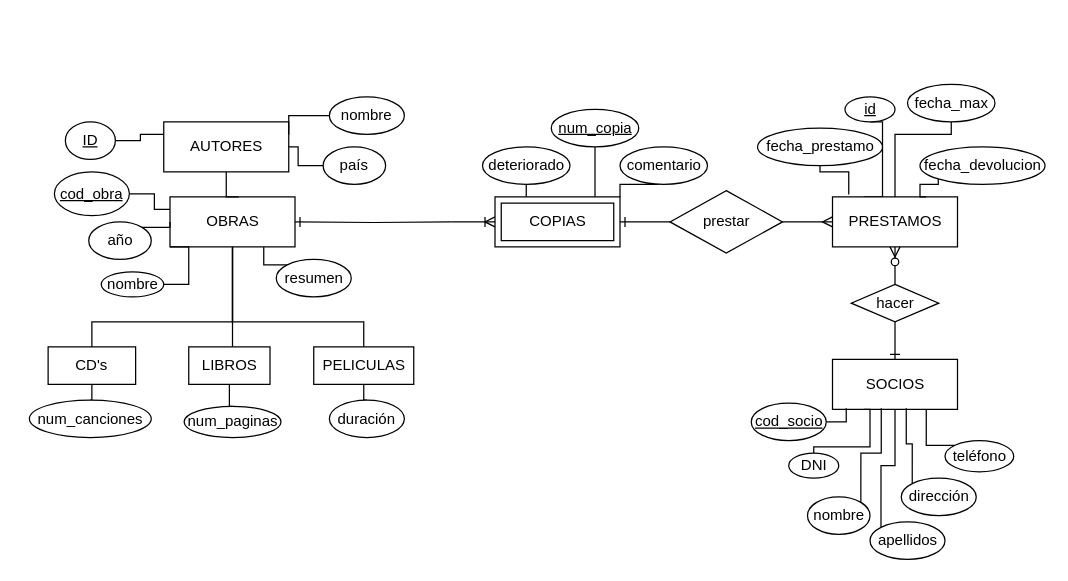
Before: Untitled Diagram.drawio in idominguez25/Curso_JavaAngular, a draw.io diagram. Source tidied: cells renumbered, new cells numbered last; positions are measured from the earlier drawing's top-left corner, leaving out a move shared by most shapes. Both pictures are drawn from the tidied source at 125%, with x=0, y=0 at pixel (29, 84).
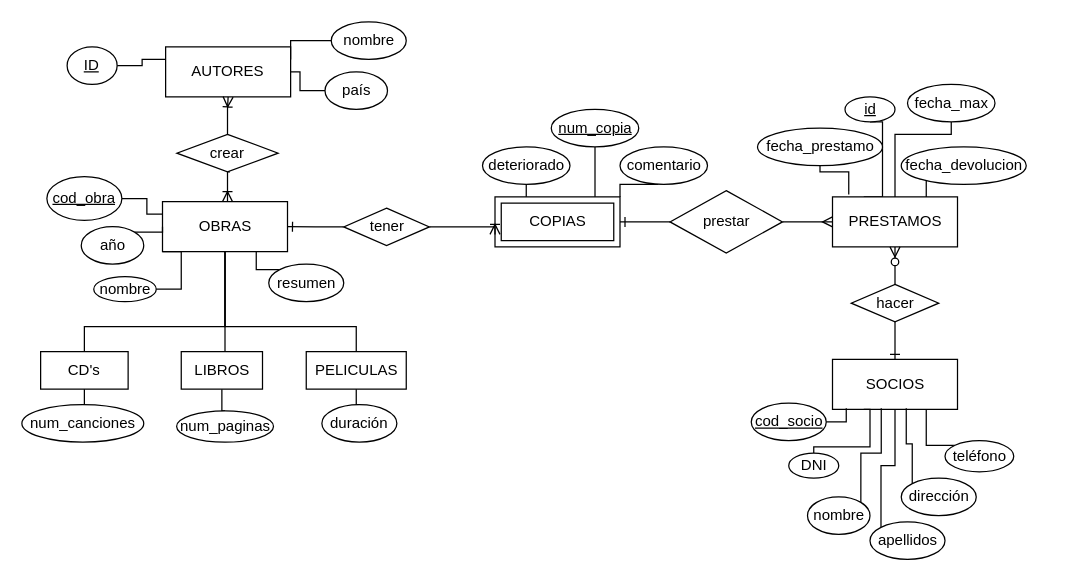
The same diagram, later.

Unchanged cells that the change refers to:
```xml
<mxCell id="7" value="PRESTAMOS" style="whiteSpace=wrap;html=1;align=center;" parent="1" vertex="1">
  <mxGeometry x="642.5" y="90" width="100" height="40" as="geometry" />
</mxCell>
<mxCell id="14" value="COPIAS" style="shape=ext;margin=3;double=1;whiteSpace=wrap;html=1;align=center;" parent="1" vertex="1">
  <mxGeometry x="372.5" y="90" width="100" height="40" as="geometry" />
</mxCell>
```

Change to the diagram source:
```diff
@@
-    <mxCell id="10" style="edgeStyle=orthogonalEdgeStyle;rounded=0;jettySize=auto;html=1;startArrow=none;startFill=0;endArrow=ERone;endFill=0;strokeColor=#000000;" parent="1" edge="1" target="15">
-      <mxGeometry relative="1" as="geometry">
-        <mxPoint x="337.5" y="110" as="sourcePoint" />
-      </mxGeometry>
+    <mxCell id="10" style="edgeStyle=orthogonalEdgeStyle;rounded=0;jettySize=auto;html=1;startArrow=none;startFill=0;endArrow=ERone;endFill=0;strokeColor=#000000;entryX=1;entryY=0.5;entryDx=0;entryDy=0;exitX=0;exitY=0.5;exitDx=0;exitDy=0;" parent="1" edge="1" source="71" target="15">
+      <mxGeometry relative="1" as="geometry" />
     </mxCell>
@@
     <mxCell id="15" value="OBRAS" style="whiteSpace=wrap;html=1;align=center;" parent="1" vertex="1">
-      <mxGeometry x="112.5" y="90" width="100" height="40" as="geometry" />
+      <mxGeometry x="106.5" y="93.8" width="100" height="40" as="geometry" />
     </mxCell>
     <mxCell id="16" style="edgeStyle=orthogonalEdgeStyle;rounded=0;jettySize=auto;html=1;exitX=0.5;exitY=1;exitDx=0;exitDy=0;endArrow=none;endFill=0;" parent="1" edge="1" source="17" target="15">
       <mxGeometry relative="1" as="geometry">
         <Array as="points">
-          <mxPoint x="50.5" y="190" />
-          <mxPoint x="162.5" y="190" />
+          <mxPoint x="44.5" y="193.8" />
+          <mxPoint x="156.5" y="193.8" />
         </Array>
       </mxGeometry>
     </mxCell>
     <mxCell id="17" value="CD's" style="whiteSpace=wrap;html=1;align=center;" parent="1" vertex="1">
-      <mxGeometry x="15" y="210" width="70" height="30" as="geometry" />
+      <mxGeometry x="9" y="213.8" width="70" height="30" as="geometry" />
     </mxCell>
     <mxCell id="18" style="edgeStyle=orthogonalEdgeStyle;rounded=0;jettySize=auto;html=1;exitX=0.5;exitY=0;exitDx=0;exitDy=0;entryX=0.5;entryY=1;entryDx=0;entryDy=0;startArrow=none;startFill=0;endArrow=none;endFill=0;" parent="1" edge="1" source="19" target="15">
       <mxGeometry relative="1" as="geometry">
         <Array as="points">
-          <mxPoint x="267.5" y="190" />
-          <mxPoint x="162.5" y="190" />
+          <mxPoint x="261.5" y="193.8" />
+          <mxPoint x="156.5" y="193.8" />
         </Array>
       </mxGeometry>
     </mxCell>
     <mxCell id="19" value="PELICULAS" style="whiteSpace=wrap;html=1;align=center;" parent="1" vertex="1">
-      <mxGeometry x="227.5" y="210" width="80" height="30" as="geometry" />
+      <mxGeometry x="221.5" y="213.8" width="80" height="30" as="geometry" />
     </mxCell>
-    <mxCell id="20" style="edgeStyle=orthogonalEdgeStyle;rounded=0;jettySize=auto;html=1;startArrow=ERoneToMany;startFill=0;endArrow=none;endFill=0;strokeColor=#000000;" parent="1" edge="1" source="14">
-      <mxGeometry relative="1" as="geometry">
-        <mxPoint x="337.5" y="110" as="targetPoint" />
-        <Array as="points">
-          <mxPoint x="357.5" y="110" />
-          <mxPoint x="357.5" y="110" />
-        </Array>
-      </mxGeometry>
-    </mxCell>
     <mxCell id="21" value="AUTORES" style="whiteSpace=wrap;html=1;align=center;" parent="1" vertex="1">
-      <mxGeometry x="107.5" y="30" width="100" height="40" as="geometry" />
+      <mxGeometry x="109" y="-30" width="100" height="40" as="geometry" />
     </mxCell>
@@
     <mxCell id="23" value="&lt;u&gt;ID&lt;/u&gt;" style="ellipse;whiteSpace=wrap;html=1;" parent="1" vertex="1">
-      <mxGeometry x="28.8" y="30" width="40" height="30" as="geometry" />
+      <mxGeometry x="30.2" y="-30" width="40" height="30" as="geometry" />
     </mxCell>
@@
     <mxCell id="25" value="nombre" style="ellipse;whiteSpace=wrap;html=1;align=center;" parent="1" vertex="1">
-      <mxGeometry x="240" y="10" width="60" height="30" as="geometry" />
+      <mxGeometry x="241.5" y="-50" width="60" height="30" as="geometry" />
     </mxCell>
@@
     <mxCell id="27" value="país" style="ellipse;whiteSpace=wrap;html=1;" parent="1" vertex="1">
-      <mxGeometry x="235" y="50" width="50" height="30" as="geometry" />
+      <mxGeometry x="236.5" y="-10" width="50" height="30" as="geometry" />
     </mxCell>
@@
     <mxCell id="29" value="num_canciones" style="ellipse;whiteSpace=wrap;html=1;" parent="1" vertex="1">
-      <mxGeometry y="252.5" width="97.5" height="30" as="geometry" />
+      <mxGeometry x="-6" y="256.2" width="97.5" height="30" as="geometry" />
     </mxCell>
@@
     <mxCell id="31" value="num_paginas" style="ellipse;whiteSpace=wrap;html=1;" parent="1" vertex="1">
-      <mxGeometry x="123.8" y="257.5" width="77.5" height="25" as="geometry" />
+      <mxGeometry x="117.8" y="261.2" width="77.5" height="25" as="geometry" />
     </mxCell>
@@
     <mxCell id="33" value="duración" style="ellipse;whiteSpace=wrap;html=1;" parent="1" vertex="1">
-      <mxGeometry x="240" y="252.5" width="60" height="30" as="geometry" />
+      <mxGeometry x="234" y="256.2" width="60" height="30" as="geometry" />
     </mxCell>
@@
-    <mxCell id="41" style="edgeStyle=orthogonalEdgeStyle;rounded=0;jettySize=auto;html=1;exitX=0;exitY=1;exitDx=0;exitDy=0;entryX=0.75;entryY=0;entryDx=0;entryDy=0;startArrow=none;startFill=0;endArrow=none;endFill=0;strokeColor=#000000;" parent="1" edge="1" source="42" target="7">
-      <mxGeometry relative="1" as="geometry">
-        <Array as="points">
-          <mxPoint x="727.5" y="80" />
-          <mxPoint x="712.5" y="80" />
-          <mxPoint x="712.5" y="90" />
-        </Array>
-      </mxGeometry>
+    <mxCell id="41" style="edgeStyle=orthogonalEdgeStyle;rounded=0;jettySize=auto;html=1;exitX=0;exitY=1;exitDx=0;exitDy=0;startArrow=none;startFill=0;endArrow=none;endFill=0;entryX=0.75;entryY=0;entryDx=0;entryDy=0;" parent="1" edge="1" source="42" target="7">
+      <mxGeometry relative="1" as="geometry" />
     </mxCell>
     <mxCell id="42" value="fecha_devolucion" style="ellipse;whiteSpace=wrap;html=1;" parent="1" vertex="1">
-      <mxGeometry x="712.5" y="50" width="100" height="30" as="geometry" />
+      <mxGeometry x="697.5" y="50" width="100" height="30" as="geometry" />
     </mxCell>
@@
     <mxCell id="56" value="&lt;u&gt;cod_obra&lt;/u&gt;" style="ellipse;whiteSpace=wrap;html=1;" parent="1" vertex="1">
-      <mxGeometry x="20" y="70" width="60" height="35" as="geometry" />
+      <mxGeometry x="14" y="73.8" width="60" height="35" as="geometry" />
     </mxCell>
@@
     <mxCell id="58" value="año" style="ellipse;whiteSpace=wrap;html=1;" parent="1" vertex="1">
-      <mxGeometry x="47.5" y="110" width="50" height="30" as="geometry" />
+      <mxGeometry x="41.5" y="113.8" width="50" height="30" as="geometry" />
     </mxCell>
@@
     <mxCell id="60" value="resumen" style="ellipse;whiteSpace=wrap;html=1;" parent="1" vertex="1">
-      <mxGeometry x="197.5" y="140" width="60" height="30" as="geometry" />
+      <mxGeometry x="191.5" y="143.8" width="60" height="30" as="geometry" />
     </mxCell>
@@
     <mxCell id="62" value="nombre" style="ellipse;whiteSpace=wrap;html=1;" parent="1" vertex="1">
-      <mxGeometry x="57.5" y="150" width="50" height="20" as="geometry" />
+      <mxGeometry x="51.5" y="153.8" width="50" height="20" as="geometry" />
     </mxCell>
-    <mxCell id="63" style="edgeStyle=orthogonalEdgeStyle;rounded=0;orthogonalLoop=1;jettySize=auto;html=1;exitX=0.5;exitY=0;exitDx=0;exitDy=0;endArrow=none;endFill=0;" parent="1" edge="1">
-      <mxGeometry relative="1" as="geometry">
-        <mxPoint x="167.5" y="90" as="sourcePoint" />
-        <mxPoint x="157.5" y="70" as="targetPoint" />
-      </mxGeometry>
-    </mxCell>
     <mxCell id="64" style="edgeStyle=orthogonalEdgeStyle;rounded=0;jettySize=auto;html=1;startArrow=none;startFill=0;endArrow=none;endFill=0;" parent="1" edge="1" source="65" target="15">
       <mxGeometry relative="1" as="geometry">
         <Array as="points">
-          <mxPoint x="162.5" y="200" />
-          <mxPoint x="162.5" y="200" />
+          <mxPoint x="156.5" y="203.8" />
+          <mxPoint x="156.5" y="203.8" />
         </Array>
       </mxGeometry>
     </mxCell>
     <mxCell id="65" value="LIBROS" style="whiteSpace=wrap;html=1;align=center;" parent="1" vertex="1">
-      <mxGeometry x="127.5" y="210" width="65" height="30" as="geometry" />
+      <mxGeometry x="121.5" y="213.8" width="65" height="30" as="geometry" />
     </mxCell>
@@
+    <mxCell id="68" style="edgeStyle=orthogonalEdgeStyle;rounded=0;jettySize=auto;html=1;endArrow=ERoneToMany;endFill=0;startArrow=none;startFill=0;" parent="1" edge="1" source="70" target="21">
+      <mxGeometry relative="1" as="geometry" />
+    </mxCell>
+    <mxCell id="69" style="edgeStyle=orthogonalEdgeStyle;rounded=0;orthogonalLoop=1;jettySize=auto;html=1;endArrow=ERoneToMany;endFill=0;entryX=0.5;entryY=0;entryDx=0;entryDy=0;startArrow=none;startFill=0;" parent="1" edge="1">
+      <mxGeometry relative="1" as="geometry">
+        <mxPoint x="160.5" y="70" as="sourcePoint" />
+        <mxPoint x="158.5" y="93.8" as="targetPoint" />
+      </mxGeometry>
+    </mxCell>
+    <mxCell id="70" value="crear" style="shape=rhombus;perimeter=rhombusPerimeter;whiteSpace=wrap;html=1;align=center;" parent="1" vertex="1">
+      <mxGeometry x="118" y="40" width="81" height="30" as="geometry" />
+    </mxCell>
+    <mxCell id="71" value="tener" style="shape=rhombus;perimeter=rhombusPerimeter;whiteSpace=wrap;html=1;align=center;" parent="1" vertex="1">
+      <mxGeometry x="251.5" y="99" width="68.5" height="30" as="geometry" />
+    </mxCell>
+    <mxCell id="72" style="edgeStyle=orthogonalEdgeStyle;rounded=0;jettySize=auto;html=1;startArrow=ERoneToMany;startFill=0;endArrow=none;endFill=0;strokeColor=#000000;entryX=1;entryY=0.5;entryDx=0;entryDy=0;exitX=0;exitY=0.75;exitDx=0;exitDy=0;" parent="1" edge="1" source="14" target="71">
+      <mxGeometry relative="1" as="geometry">
+        <Array as="points">
+          <mxPoint x="372.5" y="114" />
+        </Array>
+      </mxGeometry>
+    </mxCell>
```
